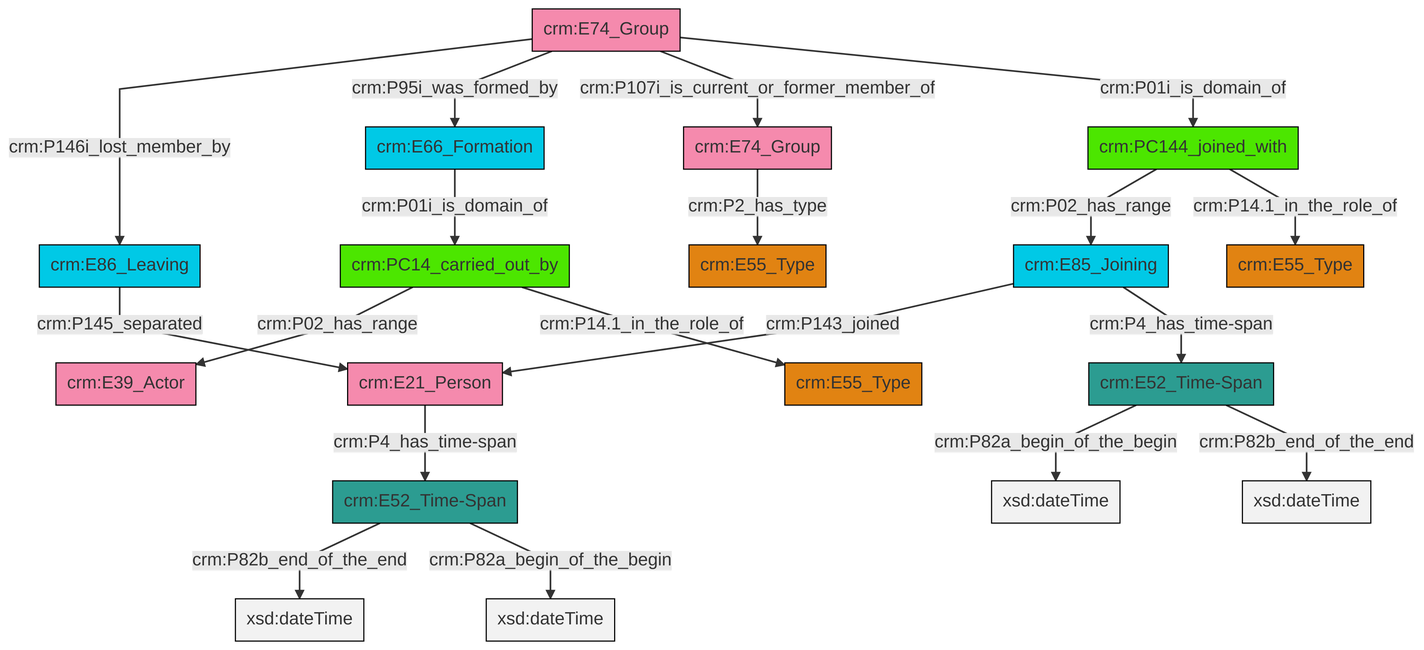
swiss-art-research-net/reference-data-models keeps this Mermaid diagram as et/groupCSV/ttl/mmd/png/group_actor_relations.png. Above is the earlier version. Its source is kept beside it as et/groupCSV/ttl/mmd/group_actor_relations.ttl.mmd.
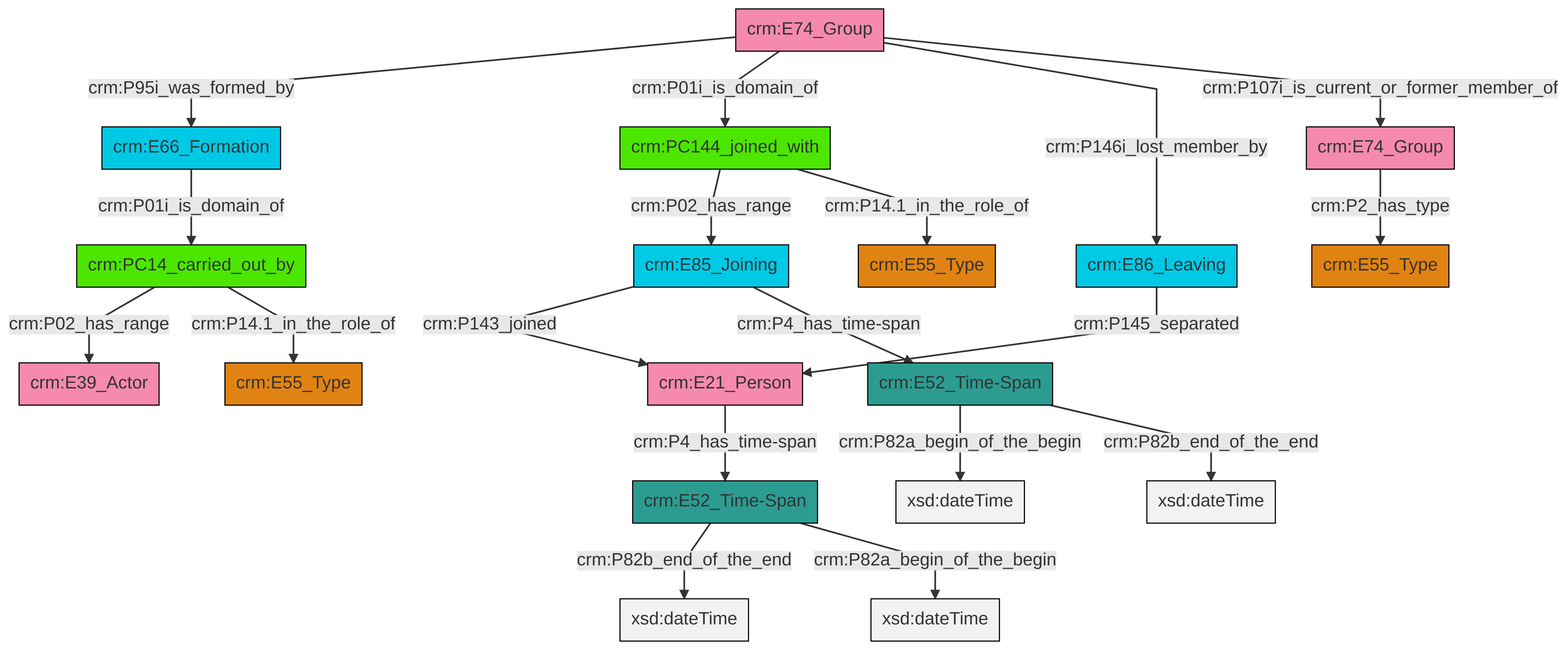
After the change.

Diff of the diagram source:
```diff
@@ -13,21 +13,21 @@
 classDef PC_Classes fill:#4ce600, stroke:#000000;
 classDef Multi fill:#cccccc,stroke:#000000;
 
-0["crm:PC144_joined_with"]:::PC_Classes -->|crm:P02_has_range| 1["crm:E85_Joining"]:::Temporal_Entity
-4["crm:E74_Group"]:::Actor -->|crm:P2_has_type| 2["crm:E55_Type"]:::Type
-5["crm:PC14_carried_out_by"]:::PC_Classes -->|crm:P02_has_range| 6["crm:E39_Actor"]:::Actor
-1["crm:E85_Joining"]:::Temporal_Entity -->|crm:P143_joined| 7["crm:E21_Person"]:::Actor
-10["crm:E74_Group"]:::Actor -->|crm:P146i_lost_member_by| 11["crm:E86_Leaving"]:::Temporal_Entity
-13["crm:E52_Time-Span"]:::Time-Span -->|crm:P82a_begin_of_the_begin| 15[xsd:dateTime]:::Literal
-17["crm:E52_Time-Span"]:::Time-Span -->|crm:P82b_end_of_the_end| 18[xsd:dateTime]:::Literal
-13["crm:E52_Time-Span"]:::Time-Span -->|crm:P82b_end_of_the_end| 19[xsd:dateTime]:::Literal
-0["crm:PC144_joined_with"]:::PC_Classes -->|crm:P14.1_in_the_role_of| 8["crm:E55_Type"]:::Type
-17["crm:E52_Time-Span"]:::Time-Span -->|crm:P82a_begin_of_the_begin| 20[xsd:dateTime]:::Literal
-11["crm:E86_Leaving"]:::Temporal_Entity -->|crm:P145_separated| 7["crm:E21_Person"]:::Actor
-10["crm:E74_Group"]:::Actor -->|crm:P95i_was_formed_by| 25["crm:E66_Formation"]:::Temporal_Entity
-10["crm:E74_Group"]:::Actor -->|crm:P107i_is_current_or_former_member_of| 4["crm:E74_Group"]:::Actor
-7["crm:E21_Person"]:::Actor -->|crm:P4_has_time-span| 17["crm:E52_Time-Span"]:::Time-Span
-5["crm:PC14_carried_out_by"]:::PC_Classes -->|crm:P14.1_in_the_role_of| 23["crm:E55_Type"]:::Type
-10["crm:E74_Group"]:::Actor -->|crm:P01i_is_domain_of| 0["crm:PC144_joined_with"]:::PC_Classes
-25["crm:E66_Formation"]:::Temporal_Entity -->|crm:P01i_is_domain_of| 5["crm:PC14_carried_out_by"]:::PC_Classes
-1["crm:E85_Joining"]:::Temporal_Entity -->|crm:P4_has_time-span| 13["crm:E52_Time-Span"]:::Time-Span
+6["crm:E74_Group"]:::Actor -->|crm:P95i_was_formed_by| 2["crm:E66_Formation"]:::Temporal_Entity
+8["crm:E86_Leaving"]:::Temporal_Entity -->|crm:P145_separated| 9["crm:E21_Person"]:::Actor
+10["crm:E85_Joining"]:::Temporal_Entity -->|crm:P143_joined| 9["crm:E21_Person"]:::Actor
+6["crm:E74_Group"]:::Actor -->|crm:P01i_is_domain_of| 4["crm:PC144_joined_with"]:::PC_Classes
+12["crm:E52_Time-Span"]:::Time-Span -->|crm:P82a_begin_of_the_begin| 13[xsd:dateTime]:::Literal
+6["crm:E74_Group"]:::Actor -->|crm:P146i_lost_member_by| 8["crm:E86_Leaving"]:::Temporal_Entity
+9["crm:E21_Person"]:::Actor -->|crm:P4_has_time-span| 17["crm:E52_Time-Span"]:::Time-Span
+17["crm:E52_Time-Span"]:::Time-Span -->|crm:P82b_end_of_the_end| 20[xsd:dateTime]:::Literal
+6["crm:E74_Group"]:::Actor -->|crm:P107i_is_current_or_former_member_of| 21["crm:E74_Group"]:::Actor
+21["crm:E74_Group"]:::Actor -->|crm:P2_has_type| 0["crm:E55_Type"]:::Type
+17["crm:E52_Time-Span"]:::Time-Span -->|crm:P82a_begin_of_the_begin| 22[xsd:dateTime]:::Literal
+10["crm:E85_Joining"]:::Temporal_Entity -->|crm:P4_has_time-span| 12["crm:E52_Time-Span"]:::Time-Span
+14["crm:PC14_carried_out_by"]:::PC_Classes -->|crm:P02_has_range| 18["crm:E39_Actor"]:::Actor
+2["crm:E66_Formation"]:::Temporal_Entity -->|crm:P01i_is_domain_of| 14["crm:PC14_carried_out_by"]:::PC_Classes
+12["crm:E52_Time-Span"]:::Time-Span -->|crm:P82b_end_of_the_end| 24[xsd:dateTime]:::Literal
+4["crm:PC144_joined_with"]:::PC_Classes -->|crm:P02_has_range| 10["crm:E85_Joining"]:::Temporal_Entity
+14["crm:PC14_carried_out_by"]:::PC_Classes -->|crm:P14.1_in_the_role_of| 26["crm:E55_Type"]:::Type
+4["crm:PC144_joined_with"]:::PC_Classes -->|crm:P14.1_in_the_role_of| 29["crm:E55_Type"]:::Type
```
